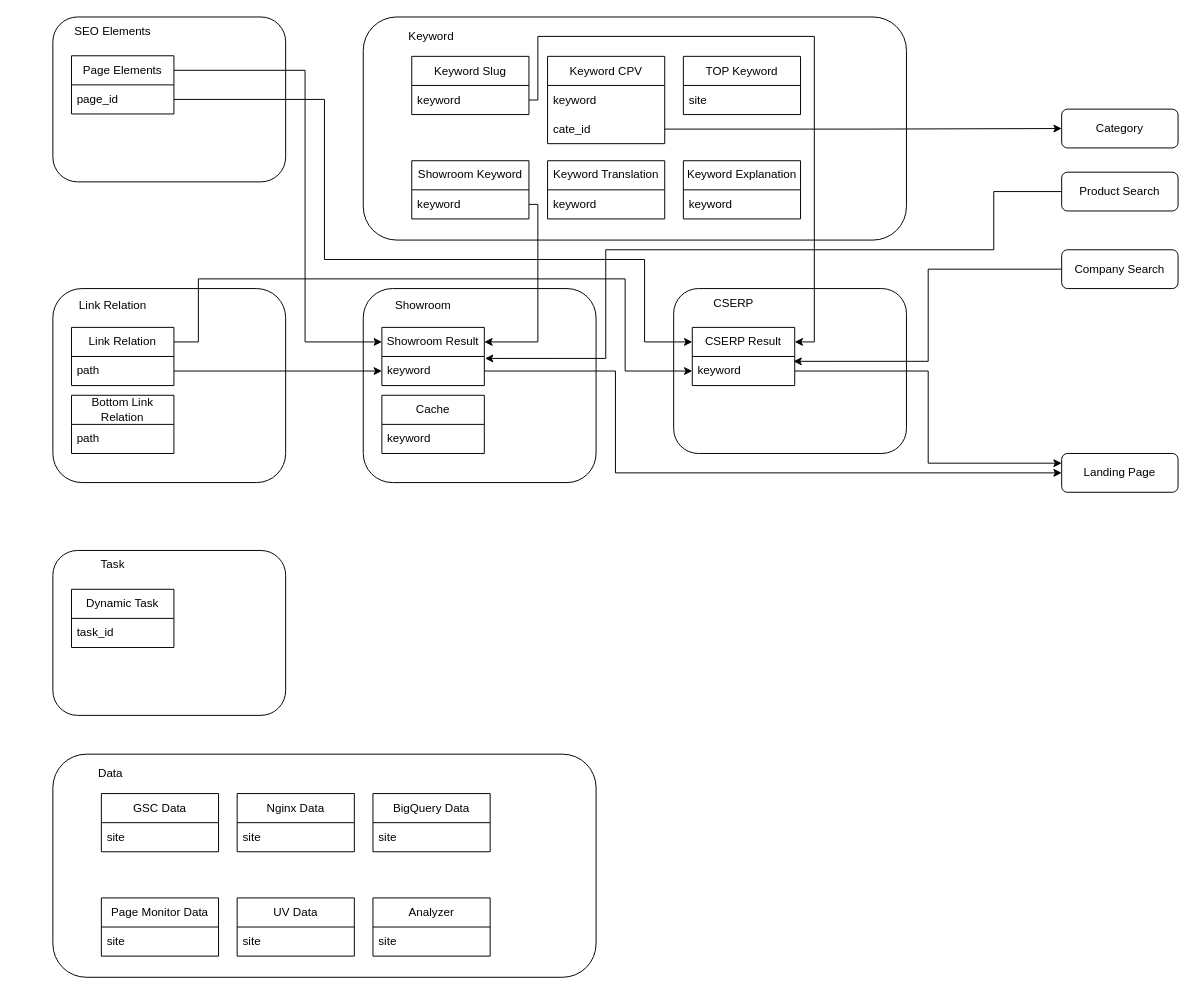
Before: drawio/seo-domain-model.drawio in VisableHarry/seo-drawio, a draw.io diagram. Source tidied: cells renumbered, new cells numbered last; positions are measured from the earlier drawing's top-left corner, leaving out a move shared by most shapes. Both pictures are drawn from the tidied source at 97%, with x=0, y=0 at pixel (52, 16).
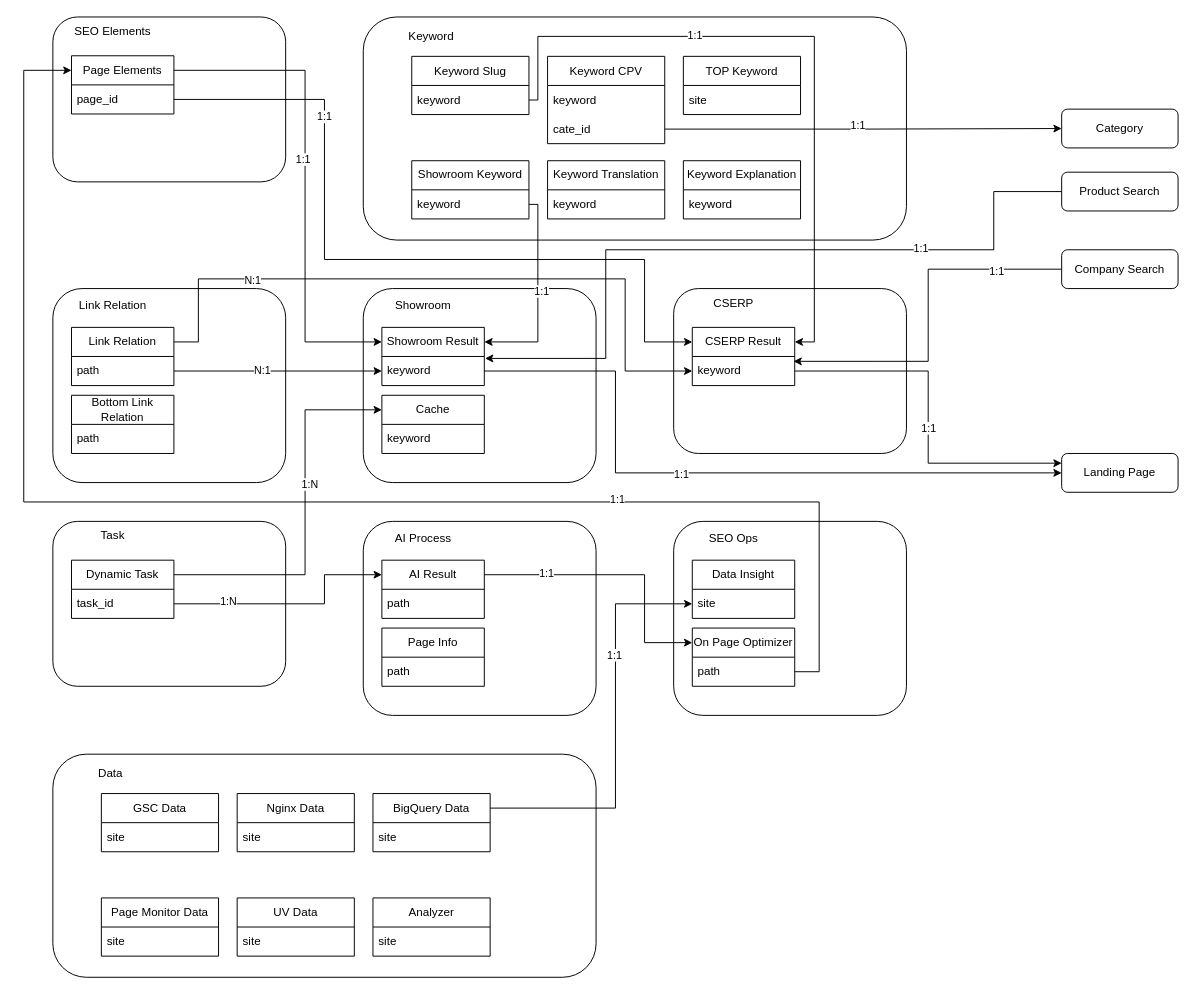
The same page after the edit.

Unchanged cells that the change refers to:
```xml
<mxCell id="5" value="Page Elements" style="swimlane;fontStyle=0;horizontal=1;startSize=30;whiteSpace=wrap;html=1;rounded=0;noLabel=0;portConstraintRotation=0;align=center;" parent="2" vertex="1">
  <mxGeometry x="19.2" y="40" width="105.6" height="60" as="geometry" />
</mxCell>
<mxCell id="44" value="Cache" style="swimlane;fontStyle=0;horizontal=1;startSize=30;whiteSpace=wrap;html=1;rounded=0;noLabel=0;portConstraintRotation=0;align=center;" parent="39" vertex="1">
  <mxGeometry x="19.2" y="110" width="105.6" height="60" as="geometry" />
</mxCell>
<mxCell id="46" style="edgeStyle=orthogonalEdgeStyle;rounded=0;jettySize=auto;html=1;exitX=1;exitY=0.5;exitDx=0;exitDy=0;entryX=0;entryY=0.5;entryDx=0;entryDy=0;" parent="1" edge="1" source="28" target="43">
  <mxGeometry relative="1" as="geometry" />
</mxCell>
<mxCell id="47" style="edgeStyle=orthogonalEdgeStyle;rounded=0;jettySize=auto;html=1;exitX=1;exitY=0.25;exitDx=0;exitDy=0;entryX=0;entryY=0.25;entryDx=0;entryDy=0;" parent="1" edge="1" source="5" target="42">
  <mxGeometry relative="1" as="geometry">
    <Array as="points">
      <mxPoint x="260" y="55" />
      <mxPoint x="260" y="335" />
    </Array>
  </mxGeometry>
</mxCell>
<mxCell id="48" style="edgeStyle=orthogonalEdgeStyle;rounded=0;jettySize=auto;html=1;exitX=1;exitY=0.5;exitDx=0;exitDy=0;entryX=0;entryY=0.25;entryDx=0;entryDy=0;" parent="1" edge="1" source="6" target="35">
  <mxGeometry relative="1" as="geometry">
    <Array as="points">
      <mxPoint x="280" y="85" />
      <mxPoint x="280" y="250" />
      <mxPoint x="610" y="250" />
      <mxPoint x="610" y="335" />
    </Array>
  </mxGeometry>
</mxCell>
<mxCell id="49" style="edgeStyle=orthogonalEdgeStyle;rounded=0;jettySize=auto;html=1;exitX=1;exitY=0.25;exitDx=0;exitDy=0;entryX=0;entryY=0.5;entryDx=0;entryDy=0;" parent="1" edge="1" source="27" target="36">
  <mxGeometry relative="1" as="geometry">
    <Array as="points">
      <mxPoint x="150" y="335" />
      <mxPoint x="150" y="270" />
      <mxPoint x="590" y="270" />
      <mxPoint x="590" y="365" />
    </Array>
  </mxGeometry>
</mxCell>
<mxCell id="50" style="edgeStyle=orthogonalEdgeStyle;rounded=0;jettySize=auto;html=1;exitX=1;exitY=0.5;exitDx=0;exitDy=0;entryX=1;entryY=0.25;entryDx=0;entryDy=0;" parent="1" edge="1" source="22" target="42">
  <mxGeometry relative="1" as="geometry">
    <Array as="points">
      <mxPoint x="500" y="193" />
      <mxPoint x="500" y="335" />
    </Array>
  </mxGeometry>
</mxCell>
<mxCell id="51" style="edgeStyle=orthogonalEdgeStyle;rounded=0;jettySize=auto;html=1;exitX=1;exitY=0.5;exitDx=0;exitDy=0;entryX=1;entryY=0.25;entryDx=0;entryDy=0;" parent="1" edge="1" source="20" target="35">
  <mxGeometry relative="1" as="geometry">
    <Array as="points">
      <mxPoint x="500" y="86" />
      <mxPoint x="500" y="20" />
      <mxPoint x="785" y="20" />
      <mxPoint x="785" y="335" />
    </Array>
  </mxGeometry>
</mxCell>
<mxCell id="52" style="edgeStyle=orthogonalEdgeStyle;rounded=0;jettySize=auto;html=1;exitX=1;exitY=0.5;exitDx=0;exitDy=0;entryX=0;entryY=0.5;entryDx=0;entryDy=0;" parent="1" edge="1" source="16" target="23">
  <mxGeometry relative="1" as="geometry" />
</mxCell>
<mxCell id="53" style="edgeStyle=orthogonalEdgeStyle;rounded=0;jettySize=auto;html=1;exitX=1;exitY=0.5;exitDx=0;exitDy=0;entryX=0;entryY=0.5;entryDx=0;entryDy=0;" parent="1" edge="1" source="43" target="31">
  <mxGeometry relative="1" as="geometry">
    <Array as="points">
      <mxPoint x="580" y="365" />
      <mxPoint x="580" y="470" />
    </Array>
  </mxGeometry>
</mxCell>
<mxCell id="54" style="edgeStyle=orthogonalEdgeStyle;rounded=0;jettySize=auto;html=1;exitX=1;exitY=0.5;exitDx=0;exitDy=0;entryX=0;entryY=0.25;entryDx=0;entryDy=0;" parent="1" edge="1" source="36" target="31">
  <mxGeometry relative="1" as="geometry" />
</mxCell>
<mxCell id="55" style="edgeStyle=orthogonalEdgeStyle;rounded=0;jettySize=auto;html=1;exitX=0;exitY=0.5;exitDx=0;exitDy=0;entryX=0.988;entryY=0.167;entryDx=0;entryDy=0;entryPerimeter=0;" parent="1" edge="1" source="38" target="36">
  <mxGeometry relative="1" as="geometry" />
</mxCell>
<mxCell id="56" style="edgeStyle=orthogonalEdgeStyle;rounded=0;jettySize=auto;html=1;exitX=0;exitY=0.5;exitDx=0;exitDy=0;entryX=1.007;entryY=0.067;entryDx=0;entryDy=0;entryPerimeter=0;" parent="1" edge="1" source="37" target="43">
  <mxGeometry relative="1" as="geometry">
    <Array as="points">
      <mxPoint x="970" y="180" />
      <mxPoint x="970" y="240" />
      <mxPoint x="570" y="240" />
      <mxPoint x="570" y="352" />
    </Array>
  </mxGeometry>
</mxCell>
<mxCell id="60" value="Dynamic Task" style="swimlane;fontStyle=0;horizontal=1;startSize=30;whiteSpace=wrap;html=1;rounded=0;noLabel=0;portConstraintRotation=0;align=center;" parent="57" vertex="1">
  <mxGeometry x="19.2" y="40" width="105.6" height="60" as="geometry" />
</mxCell>
<mxCell id="61" value="task_id" style="text;strokeColor=none;fillColor=none;align=left;verticalAlign=middle;spacingLeft=4;spacingRight=4;overflow=hidden;points=[[0,0.5],[1,0.5]];portConstraint=eastwest;whiteSpace=wrap;html=1;" parent="60" vertex="1">
  <mxGeometry y="30" width="105.6" height="30" as="geometry" />
</mxCell>
<mxCell id="71" value="BigQuery Data" style="swimlane;fontStyle=0;horizontal=1;startSize=30;whiteSpace=wrap;html=1;rounded=0;noLabel=0;portConstraintRotation=0;align=center;" parent="62" vertex="1">
  <mxGeometry x="330" y="40.6" width="120.8" height="60" as="geometry" />
</mxCell>
```

The edit, as a diff of the source:
```diff
@@
+    <mxCell id="77" value="N:1" style="edgeLabel;html=1;align=center;verticalAlign=middle;" parent="46" vertex="1">
+      <mxGeometry x="-0.15" y="1" relative="1" as="geometry" />
+    </mxCell>
@@
+    <mxCell id="78" value="1:1" style="edgeLabel;html=1;align=center;verticalAlign=middle;" parent="47" vertex="1">
+      <mxGeometry x="-0.08" y="-3" relative="1" as="geometry" />
+    </mxCell>
@@
+    <mxCell id="79" value="1:1" style="edgeLabel;html=1;align=center;verticalAlign=middle;" parent="48" vertex="1">
+      <mxGeometry x="-0.56" y="-1" relative="1" as="geometry" />
+    </mxCell>
@@
+    <mxCell id="80" value="N:1" style="edgeLabel;html=1;align=center;verticalAlign=middle;" parent="49" vertex="1">
+      <mxGeometry x="-0.58" y="-1" relative="1" as="geometry" />
+    </mxCell>
@@
+    <mxCell id="81" value="1:1" style="edgeLabel;html=1;align=center;verticalAlign=middle;" parent="50" vertex="1">
+      <mxGeometry x="-0.05" y="3" relative="1" as="geometry" />
+    </mxCell>
@@
+    <mxCell id="82" value="1:1" style="edgeLabel;html=1;align=center;verticalAlign=middle;" parent="51" vertex="1">
+      <mxGeometry x="-0.32" y="2" relative="1" as="geometry" />
+    </mxCell>
@@
+    <mxCell id="83" value="1:1" style="edgeLabel;html=1;align=center;verticalAlign=middle;" parent="52" vertex="1">
+      <mxGeometry x="-0.03" y="4" relative="1" as="geometry" />
+    </mxCell>
@@
+    <mxCell id="84" value="1:1" style="edgeLabel;html=1;align=center;verticalAlign=middle;" parent="53" vertex="1">
+      <mxGeometry x="-0.12" y="-1" relative="1" as="geometry" />
+    </mxCell>
@@
+    <mxCell id="85" value="1:1" style="edgeLabel;html=1;align=center;verticalAlign=middle;" parent="54" vertex="1">
+      <mxGeometry x="0.06" relative="1" as="geometry" />
+    </mxCell>
@@
+    <mxCell id="86" value="1:1" style="edgeLabel;html=1;align=center;verticalAlign=middle;" parent="55" vertex="1">
+      <mxGeometry x="-0.63" y="2" relative="1" as="geometry">
+        <mxPoint x="1" as="offset" />
+      </mxGeometry>
+    </mxCell>
@@
+    <mxCell id="87" value="1:1" style="edgeLabel;html=1;align=center;verticalAlign=middle;" parent="56" vertex="1">
+      <mxGeometry x="-0.46" y="-2" relative="1" as="geometry">
+        <mxPoint x="1" as="offset" />
+      </mxGeometry>
+    </mxCell>
     <mxCell id="57" style="group;" parent="1" vertex="1">
-      <mxGeometry y="550" width="240" height="170" as="geometry" />
+      <mxGeometry y="520" width="240" height="170" as="geometry" />
     </mxCell>
@@
+    <mxCell id="88" style="group;" parent="1" vertex="1">
+      <mxGeometry x="320" y="520" width="240" height="200" as="geometry" />
+    </mxCell>
+    <mxCell id="89" style="rounded=1;whiteSpace=wrap;html=1;" parent="88" vertex="1">
+      <mxGeometry width="240" height="200" as="geometry" />
+    </mxCell>
+    <mxCell id="90" value="AI Process" style="text;html=1;whiteSpace=wrap;strokeColor=none;fillColor=none;align=center;verticalAlign=middle;rounded=0;" parent="88" vertex="1">
+      <mxGeometry x="19.2" width="86.4" height="35.3" as="geometry" />
+    </mxCell>
+    <mxCell id="91" value="AI Result" style="swimlane;fontStyle=0;horizontal=1;startSize=30;whiteSpace=wrap;html=1;rounded=0;noLabel=0;portConstraintRotation=0;align=center;" parent="88" vertex="1">
+      <mxGeometry x="19.2" y="40" width="105.6" height="60" as="geometry" />
+    </mxCell>
+    <mxCell id="92" value="path" style="text;strokeColor=none;fillColor=none;align=left;verticalAlign=middle;spacingLeft=4;spacingRight=4;overflow=hidden;whiteSpace=wrap;html=1;" parent="91" vertex="1">
+      <mxGeometry y="30" width="105.6" height="30" as="geometry" />
+    </mxCell>
+    <mxCell id="93" value="Page Info" style="swimlane;fontStyle=0;horizontal=1;startSize=30;whiteSpace=wrap;html=1;rounded=0;noLabel=0;align=center;" parent="88" vertex="1">
+      <mxGeometry x="19.2" y="110" width="105.6" height="60" as="geometry" />
+    </mxCell>
+    <mxCell id="94" value="path" style="text;strokeColor=none;fillColor=none;align=left;verticalAlign=middle;spacingLeft=4;spacingRight=4;overflow=hidden;whiteSpace=wrap;html=1;" parent="93" vertex="1">
+      <mxGeometry y="30" width="105.6" height="30" as="geometry" />
+    </mxCell>
+    <mxCell id="95" style="group;" parent="1" vertex="1">
+      <mxGeometry x="640" y="520" width="240" height="200" as="geometry" />
+    </mxCell>
+    <mxCell id="96" style="rounded=1;whiteSpace=wrap;html=1;" parent="95" vertex="1">
+      <mxGeometry width="240" height="200" as="geometry" />
+    </mxCell>
+    <mxCell id="97" value="SEO Ops" style="text;html=1;whiteSpace=wrap;strokeColor=none;fillColor=none;align=center;verticalAlign=middle;rounded=0;" parent="95" vertex="1">
+      <mxGeometry x="19.2" width="86.4" height="35.3" as="geometry" />
+    </mxCell>
+    <mxCell id="98" value="Data Insight" style="swimlane;fontStyle=0;horizontal=1;startSize=30;whiteSpace=wrap;html=1;rounded=0;noLabel=0;align=center;" parent="95" vertex="1">
+      <mxGeometry x="19.2" y="40" width="105.6" height="60" as="geometry" />
+    </mxCell>
+    <mxCell id="99" value="site" style="text;strokeColor=none;fillColor=none;align=left;verticalAlign=middle;spacingLeft=4;spacingRight=4;overflow=hidden;points=[[0,0.5],[1,0.5]];portConstraint=eastwest;whiteSpace=wrap;html=1;" parent="98" vertex="1">
+      <mxGeometry y="30" width="105.6" height="30" as="geometry" />
+    </mxCell>
+    <mxCell id="100" value="On Page Optimizer" style="swimlane;fontStyle=0;horizontal=1;startSize=30;whiteSpace=wrap;html=1;rounded=0;noLabel=0;portConstraintRotation=0;align=center;" parent="95" vertex="1">
+      <mxGeometry x="19.2" y="110" width="105.6" height="60" as="geometry" />
+    </mxCell>
+    <mxCell id="101" value="path" style="text;strokeColor=none;fillColor=none;align=left;verticalAlign=middle;spacingLeft=4;spacingRight=4;overflow=hidden;points=[[0,0.5],[1,0.5]];portConstraint=eastwest;whiteSpace=wrap;html=1;" parent="100" vertex="1">
+      <mxGeometry y="30" width="105.6" height="30" as="geometry" />
+    </mxCell>
+    <mxCell id="102" style="edgeStyle=orthogonalEdgeStyle;rounded=0;jettySize=auto;html=1;exitX=1;exitY=0.5;exitDx=0;exitDy=0;entryX=0;entryY=0.25;entryDx=0;entryDy=0;" parent="1" edge="1" source="61" target="91">
+      <mxGeometry relative="1" as="geometry">
+        <Array as="points">
+          <mxPoint x="280" y="605" />
+          <mxPoint x="280" y="575" />
+        </Array>
+      </mxGeometry>
+    </mxCell>
+    <mxCell id="103" value="1:N" style="edgeLabel;html=1;align=center;verticalAlign=middle;" parent="102" vertex="1">
+      <mxGeometry x="-0.54" y="3" relative="1" as="geometry" />
+    </mxCell>
+    <mxCell id="104" style="edgeStyle=orthogonalEdgeStyle;rounded=0;jettySize=auto;html=1;exitX=1;exitY=0.25;exitDx=0;exitDy=0;entryX=0;entryY=0.5;entryDx=0;entryDy=0;" parent="1" edge="1" source="71" target="99">
+      <mxGeometry relative="1" as="geometry">
+        <Array as="points">
+          <mxPoint x="580" y="816" />
+          <mxPoint x="580" y="605" />
+        </Array>
+      </mxGeometry>
+    </mxCell>
+    <mxCell id="105" value="1:1" style="edgeLabel;html=1;align=center;verticalAlign=middle;" parent="104" vertex="1">
+      <mxGeometry x="0.37" y="3" relative="1" as="geometry">
+        <mxPoint x="1" as="offset" />
+      </mxGeometry>
+    </mxCell>
+    <mxCell id="106" style="edgeStyle=orthogonalEdgeStyle;rounded=0;jettySize=auto;html=1;exitX=1;exitY=0.25;exitDx=0;exitDy=0;entryX=0;entryY=0.25;entryDx=0;entryDy=0;" parent="1" edge="1" source="91" target="100">
+      <mxGeometry relative="1" as="geometry">
+        <Array as="points">
+          <mxPoint x="610" y="575" />
+          <mxPoint x="610" y="645" />
+        </Array>
+      </mxGeometry>
+    </mxCell>
+    <mxCell id="107" value="1:1" style="edgeLabel;html=1;align=center;verticalAlign=middle;" parent="106" vertex="1">
+      <mxGeometry x="-0.55" y="2" relative="1" as="geometry" />
+    </mxCell>
+    <mxCell id="108" style="edgeStyle=orthogonalEdgeStyle;rounded=0;jettySize=auto;html=1;exitX=1;exitY=0.25;exitDx=0;exitDy=0;entryX=0;entryY=0.25;entryDx=0;entryDy=0;" parent="1" edge="1" source="60" target="44">
+      <mxGeometry relative="1" as="geometry">
+        <Array as="points">
+          <mxPoint x="260" y="575" />
+          <mxPoint x="260" y="405" />
+        </Array>
+      </mxGeometry>
+    </mxCell>
+    <mxCell id="109" value="1:N" style="edgeLabel;html=1;align=center;verticalAlign=middle;" parent="108" vertex="1">
+      <mxGeometry x="0.19" y="-3" relative="1" as="geometry">
+        <mxPoint x="1" as="offset" />
+      </mxGeometry>
+    </mxCell>
+    <mxCell id="110" style="edgeStyle=orthogonalEdgeStyle;rounded=0;jettySize=auto;html=1;exitX=1;exitY=0.5;exitDx=0;exitDy=0;entryX=0;entryY=0.25;entryDx=0;entryDy=0;" parent="1" edge="1" source="101" target="5">
+      <mxGeometry relative="1" as="geometry">
+        <Array as="points">
+          <mxPoint x="790" y="675" />
+          <mxPoint x="790" y="500" />
+          <mxPoint x="-30" y="500" />
+          <mxPoint x="-30" y="55" />
+        </Array>
+      </mxGeometry>
+    </mxCell>
+    <mxCell id="111" value="1:1" style="edgeLabel;html=1;align=center;verticalAlign=middle;" parent="110" vertex="1">
+      <mxGeometry x="-0.46" y="-3" relative="1" as="geometry" />
+    </mxCell>
```
